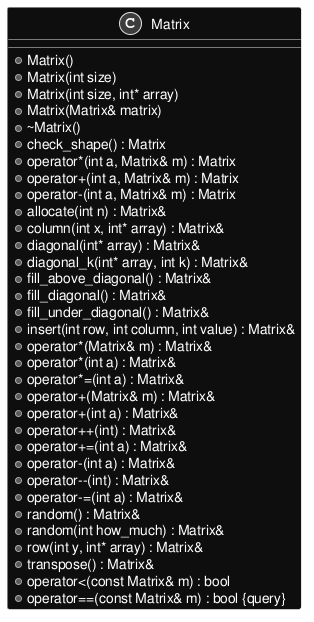
Before: inline_umlgraph_1.png, a diagram exported from PlantUML (MaciejWojs/Matrix).
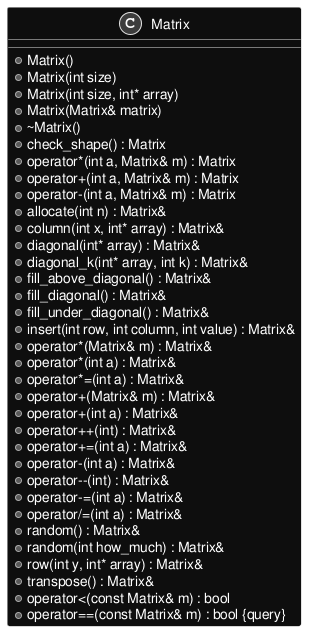
The same file after the commit.

Diff of the diagram source:
```diff
@@ -30,6 +30,7 @@
 +operator-(int a) : Matrix&
 +operator--(int) : Matrix&
 +operator-=(int a) : Matrix&
++operator/=(int a) : Matrix&
 +random() : Matrix&
 +random(int how_much) : Matrix&
 +row(int y, int* array) : Matrix&
```
